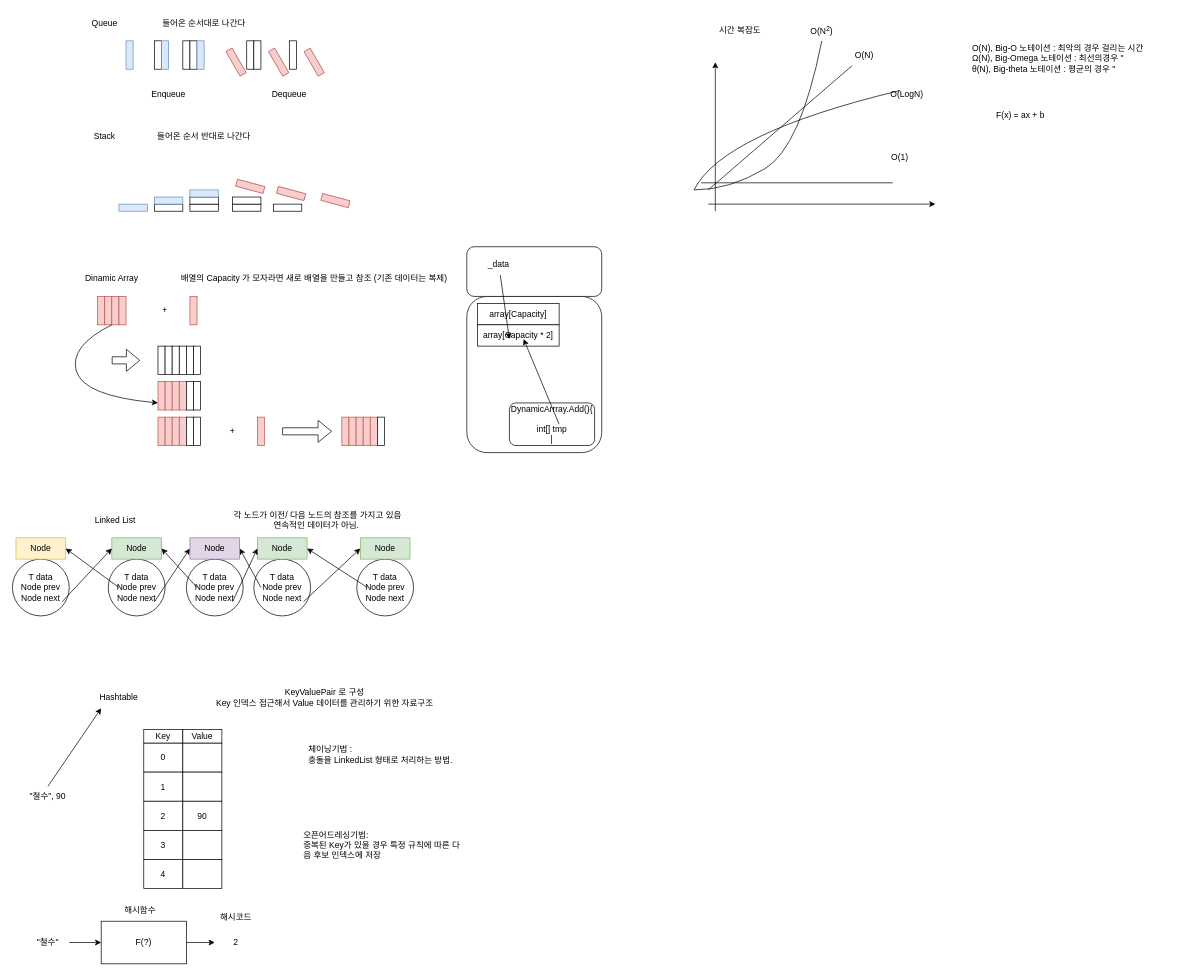
The draw.io diagram CSharp/Collections.drawio in luke-youngmin-cho/UnityEngineBasic_Sat_2th, before the edit. Source tidied: cells renumbered, new cells numbered last; positions are measured from the earlier drawing's top-left corner, leaving out a move shared by most shapes. Both pictures are drawn from the tidied source at 71%, with x=0, y=0 at pixel (12, 12).
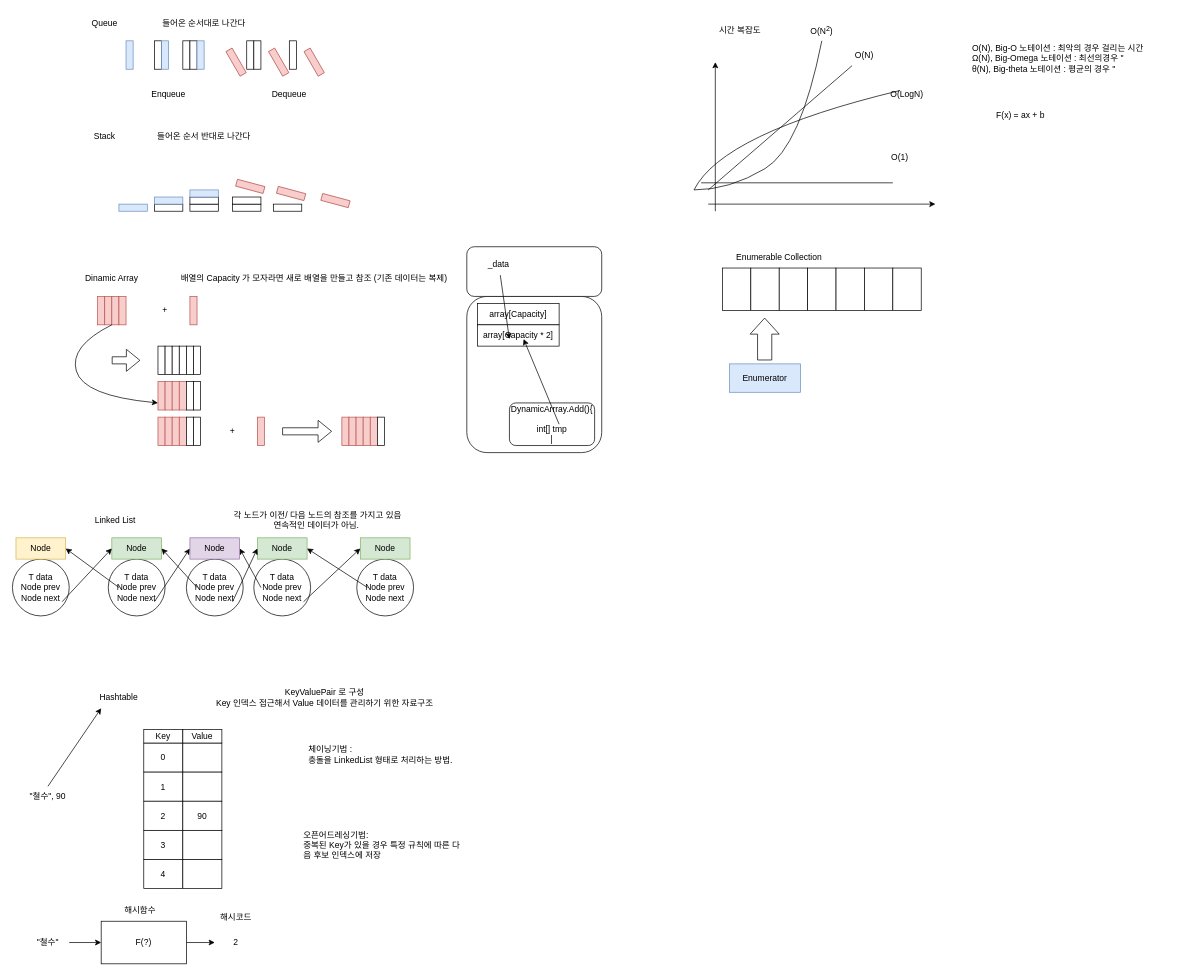
The same diagram, later.

Diff of the diagram source:
```diff
@@
+    <mxCell id="135" style="rounded=0;whiteSpace=wrap;html=1;" parent="1" vertex="1">
+      <mxGeometry x="1000" y="360" width="40" height="60" as="geometry" />
+    </mxCell>
+    <mxCell id="136" style="rounded=0;whiteSpace=wrap;html=1;" parent="1" vertex="1">
+      <mxGeometry x="1040" y="360" width="40" height="60" as="geometry" />
+    </mxCell>
+    <mxCell id="137" style="rounded=0;whiteSpace=wrap;html=1;" parent="1" vertex="1">
+      <mxGeometry x="1080" y="360" width="40" height="60" as="geometry" />
+    </mxCell>
+    <mxCell id="138" style="rounded=0;whiteSpace=wrap;html=1;" parent="1" vertex="1">
+      <mxGeometry x="1120" y="360" width="40" height="60" as="geometry" />
+    </mxCell>
+    <mxCell id="139" style="rounded=0;whiteSpace=wrap;html=1;" parent="1" vertex="1">
+      <mxGeometry x="1160" y="360" width="40" height="60" as="geometry" />
+    </mxCell>
+    <mxCell id="140" style="rounded=0;whiteSpace=wrap;html=1;" parent="1" vertex="1">
+      <mxGeometry x="1200" y="360" width="40" height="60" as="geometry" />
+    </mxCell>
+    <mxCell id="141" style="rounded=0;whiteSpace=wrap;html=1;" parent="1" vertex="1">
+      <mxGeometry x="1240" y="360" width="40" height="60" as="geometry" />
+    </mxCell>
+    <mxCell id="142" value="Enumerable Collection" style="text;html=1;strokeColor=none;fillColor=none;align=center;verticalAlign=middle;whiteSpace=wrap;rounded=0;" parent="1" vertex="1">
+      <mxGeometry x="1000" y="330" width="160" height="30" as="geometry" />
+    </mxCell>
+    <mxCell id="143" style="shape=flexArrow;endArrow=classic;html=1;rounded=0;width=20;endSize=7.2;" parent="1" edge="1">
+      <mxGeometry relative="1" as="geometry">
+        <mxPoint x="1059.5" y="490" as="sourcePoint" />
+        <mxPoint x="1059.5" y="430" as="targetPoint" />
+      </mxGeometry>
+    </mxCell>
+    <mxCell id="144" value="Enumerator" style="text;html=1;strokeColor=#6c8ebf;fillColor=#dae8fc;align=center;verticalAlign=middle;whiteSpace=wrap;rounded=0;" parent="1" vertex="1">
+      <mxGeometry x="1010" y="495" width="100" height="40" as="geometry" />
+    </mxCell>
```
